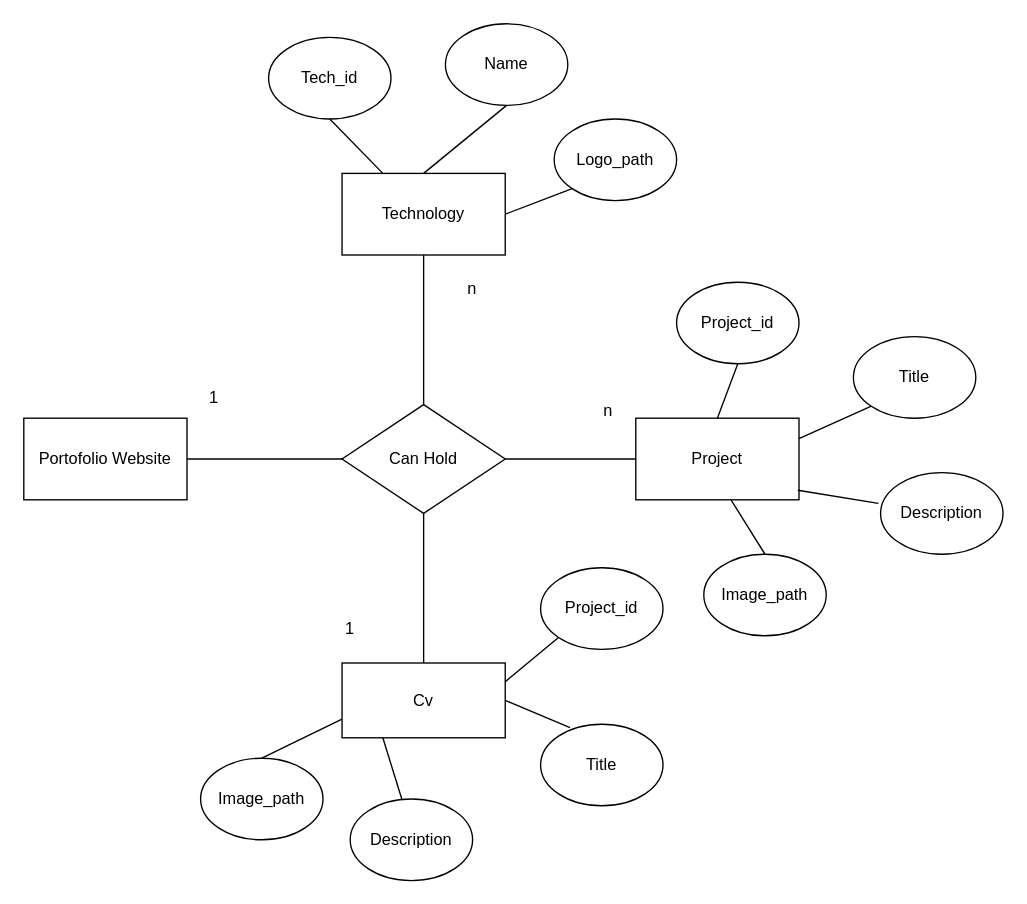
This is Portofolio hjemmeside/Diagram filer/ER Diagram.drawio from TPLilsby/H1, a draw.io file, before an edit. Source tidied: cells renumbered, new cells numbered last; positions are measured from the earlier drawing's top-left corner, leaving out a move shared by most shapes. Both pictures are drawn from the tidied source at 136%, with x=0, y=0 at pixel (23, 23).
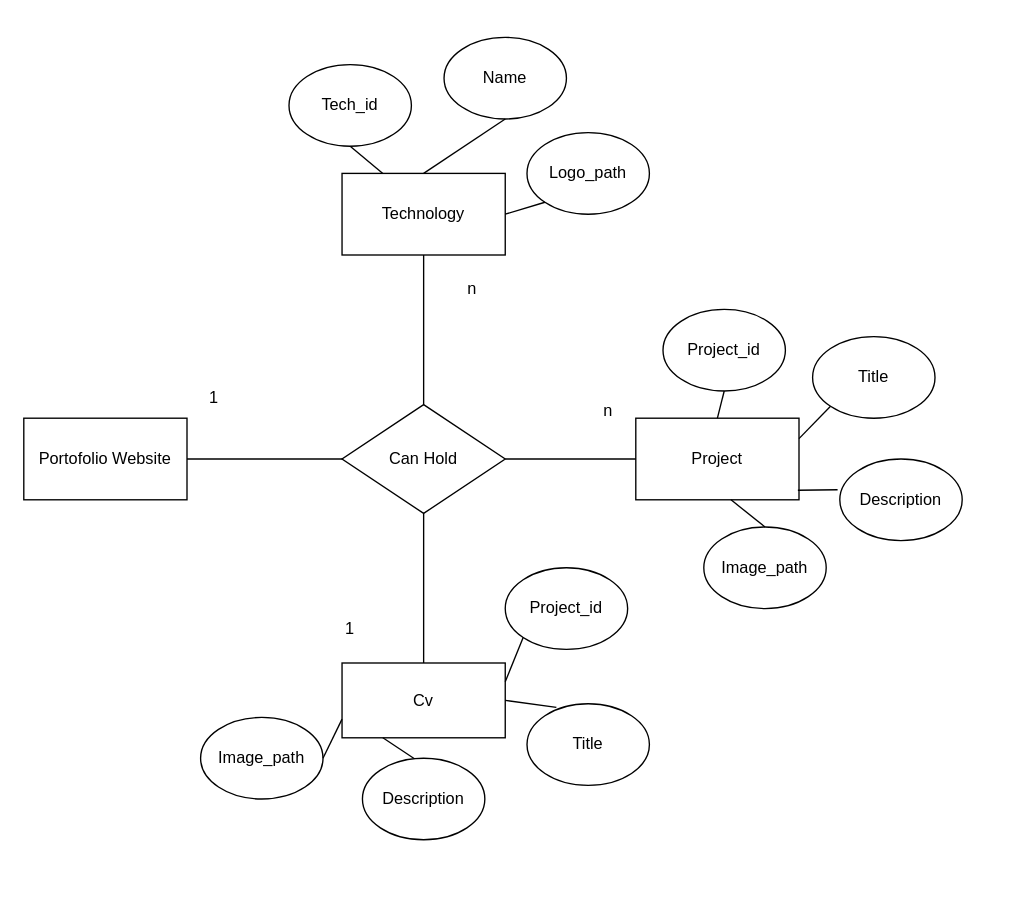
The same diagram, later.

Unchanged cells that the change refers to:
```xml
<mxCell id="27" value="Cv" style="rounded=0;whiteSpace=wrap;html=1;" parent="1" vertex="1">
  <mxGeometry x="234" y="470" width="120" height="55" as="geometry" />
</mxCell>
```

Change to the diagram source:
```diff
@@
     <mxCell id="9" value="Project_id" style="ellipse;whiteSpace=wrap;html=1;" parent="1" vertex="1">
-      <mxGeometry x="480" y="190" width="90" height="60" as="geometry" />
+      <mxGeometry x="470" y="210" width="90" height="60" as="geometry" />
     </mxCell>
     <mxCell id="10" value="Title" style="ellipse;whiteSpace=wrap;html=1;" parent="1" vertex="1">
-      <mxGeometry x="610" y="230" width="90" height="60" as="geometry" />
+      <mxGeometry x="580" y="230" width="90" height="60" as="geometry" />
     </mxCell>
     <mxCell id="11" value="Description" style="ellipse;whiteSpace=wrap;html=1;" parent="1" vertex="1">
-      <mxGeometry x="630" y="330" width="90" height="60" as="geometry" />
+      <mxGeometry x="600" y="320" width="90" height="60" as="geometry" />
     </mxCell>
     <mxCell id="12" value="Image_path" style="ellipse;whiteSpace=wrap;html=1;" parent="1" vertex="1">
-      <mxGeometry x="500" y="390" width="90" height="60" as="geometry" />
+      <mxGeometry x="500" y="370" width="90" height="60" as="geometry" />
     </mxCell>
@@
     <mxCell id="20" value="Tech_id" style="ellipse;whiteSpace=wrap;html=1;" parent="1" vertex="1">
-      <mxGeometry x="180" y="10" width="90" height="60" as="geometry" />
+      <mxGeometry x="195" y="30" width="90" height="60" as="geometry" />
     </mxCell>
     <mxCell id="21" value="Logo_path" style="ellipse;whiteSpace=wrap;html=1;" parent="1" vertex="1">
-      <mxGeometry x="390" y="70" width="90" height="60" as="geometry" />
+      <mxGeometry x="370" y="80" width="90" height="60" as="geometry" />
     </mxCell>
     <mxCell id="22" value="Name" style="ellipse;whiteSpace=wrap;html=1;" parent="1" vertex="1">
-      <mxGeometry x="310" width="90" height="60" as="geometry" />
+      <mxGeometry x="309" y="10" width="90" height="60" as="geometry" />
     </mxCell>
@@
     <mxCell id="29" value="Project_id" style="ellipse;whiteSpace=wrap;html=1;" parent="1" vertex="1">
-      <mxGeometry x="380" y="400" width="90" height="60" as="geometry" />
+      <mxGeometry x="354" y="400" width="90" height="60" as="geometry" />
     </mxCell>
     <mxCell id="30" value="Title" style="ellipse;whiteSpace=wrap;html=1;" parent="1" vertex="1">
-      <mxGeometry x="380" y="515" width="90" height="60" as="geometry" />
+      <mxGeometry x="370" y="500" width="90" height="60" as="geometry" />
     </mxCell>
     <mxCell id="31" value="Description" style="ellipse;whiteSpace=wrap;html=1;" parent="1" vertex="1">
-      <mxGeometry x="240" y="570" width="90" height="60" as="geometry" />
+      <mxGeometry x="249" y="540" width="90" height="60" as="geometry" />
     </mxCell>
     <mxCell id="32" value="Image_path" style="ellipse;whiteSpace=wrap;html=1;" parent="1" vertex="1">
-      <mxGeometry x="130" y="540" width="90" height="60" as="geometry" />
+      <mxGeometry x="130" y="510" width="90" height="60" as="geometry" />
     </mxCell>
@@
-    <mxCell id="36" style="endArrow=none;html=1;rounded=0;exitX=0.5;exitY=0;exitDx=0;exitDy=0;entryX=0;entryY=0.75;entryDx=0;entryDy=0;" parent="1" edge="1" source="32" target="27">
+    <mxCell id="36" style="endArrow=none;html=1;rounded=0;exitX=1;exitY=0.5;exitDx=0;exitDy=0;entryX=0;entryY=0.75;entryDx=0;entryDy=0;" parent="1" edge="1" source="32" target="27">
       <mxGeometry relative="1" as="geometry" />
     </mxCell>
```
